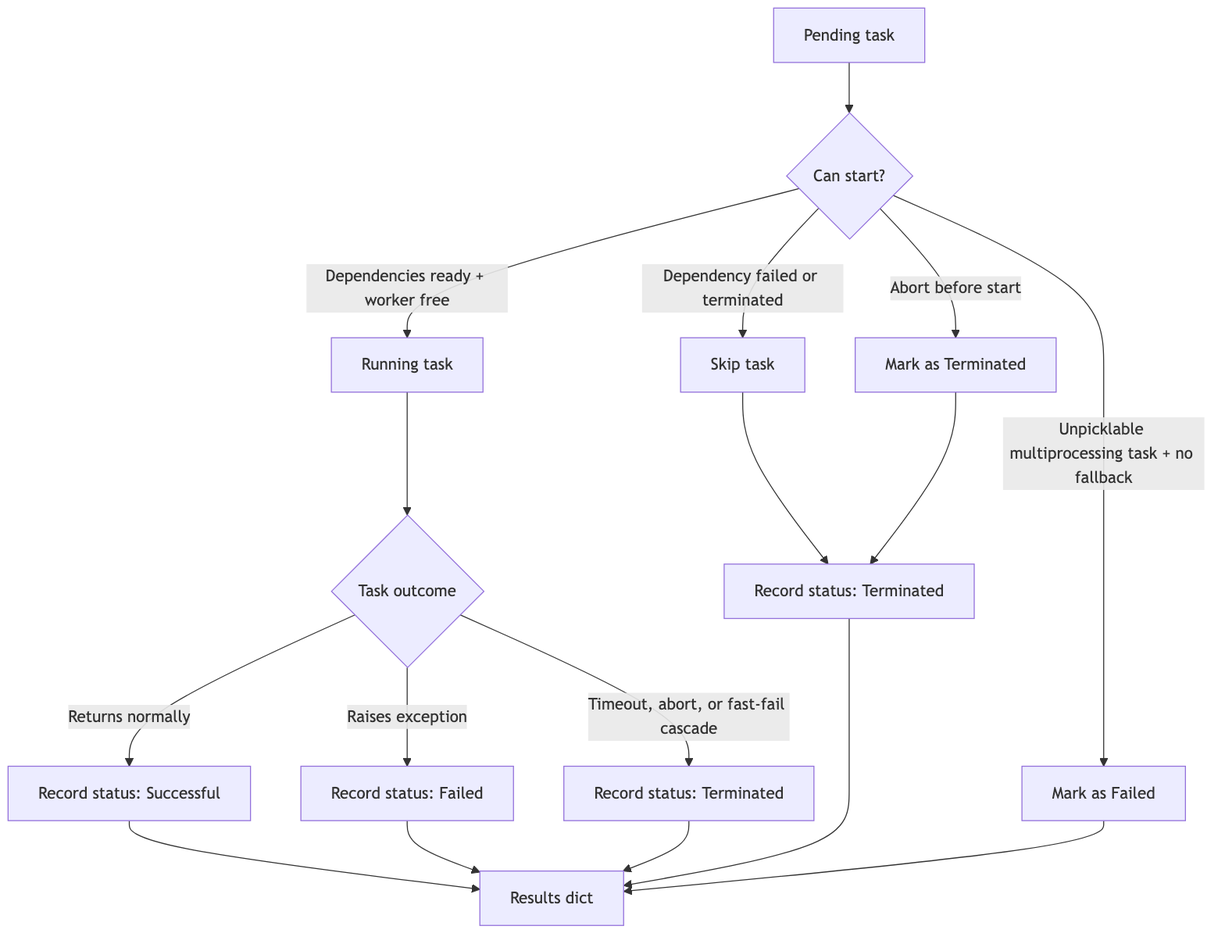
Concurra/concurra keeps this Mermaid diagram as docs/diagrams/task-lifecycle.png. Above is the earlier version. Its source is kept beside it as docs/diagrams/task-lifecycle.mmd.
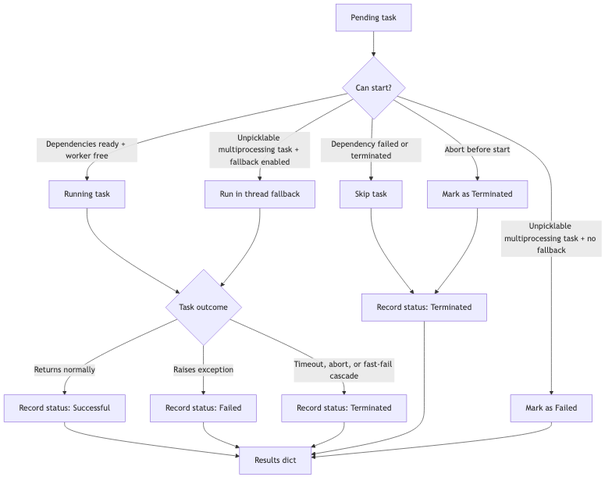
The same diagram one commit later.

Commit message:
Release 1.1.8 with lifecycle diagram update

What changed in the source:
```diff
@@ -4,9 +4,11 @@
     B -- "Dependencies ready + worker free" --> C["Running task"]
     B -- "Dependency failed or terminated" --> D["Skip task"]
     B -- "Abort before start" --> E["Mark as Terminated"]
+    B -- "Unpicklable multiprocessing task + fallback enabled" --> M["Run in thread fallback"]
     B -- "Unpicklable multiprocessing task + no fallback" --> F["Mark as Failed"]
 
     C --> G{"Task outcome"}
+    M --> G
 
     G -- "Returns normally" --> H["Record status: Successful"]
     G -- "Raises exception" --> I["Record status: Failed"]
```
